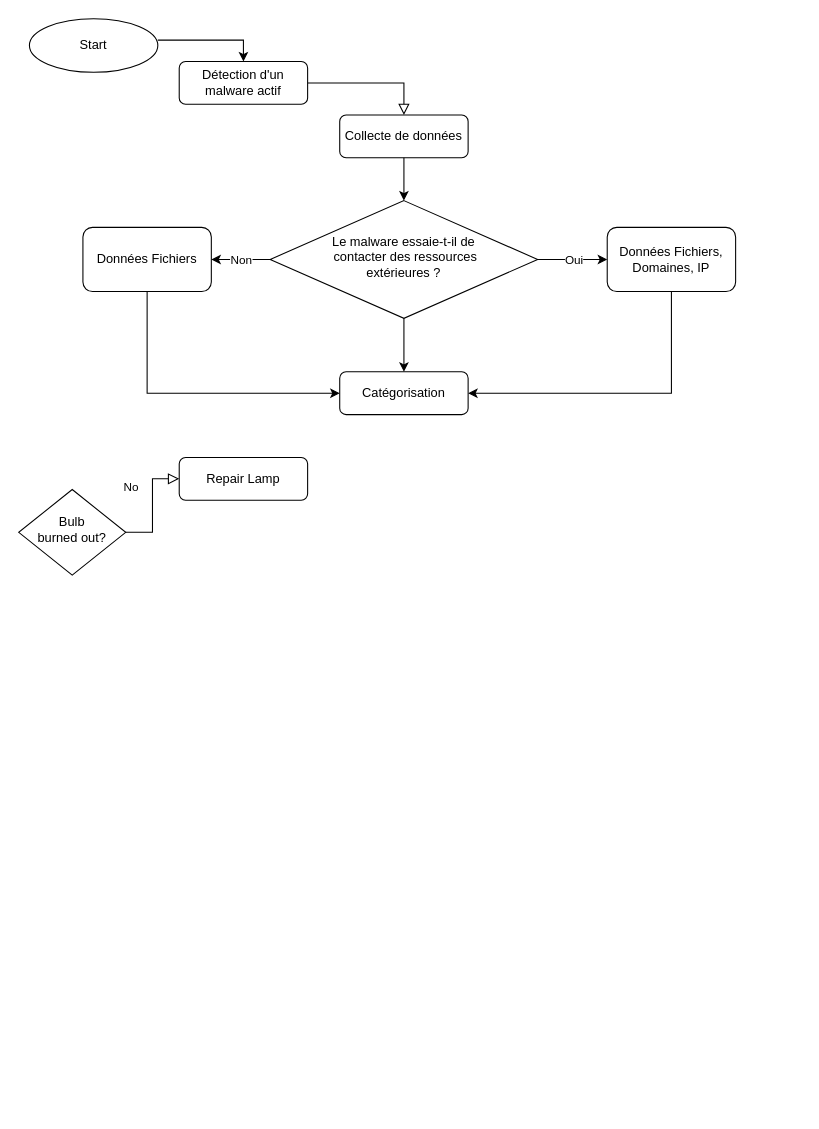
Above: Diagramme sans nom.drawio in Melfice60/Playbooks (draw.io), before the change. Source tidied: cells renumbered, new cells numbered last; positions are measured from the earlier drawing's top-left corner, leaving out a move shared by most shapes. Both pictures are drawn from the tidied source at 107%, with x=0, y=0 at pixel (18, 18).
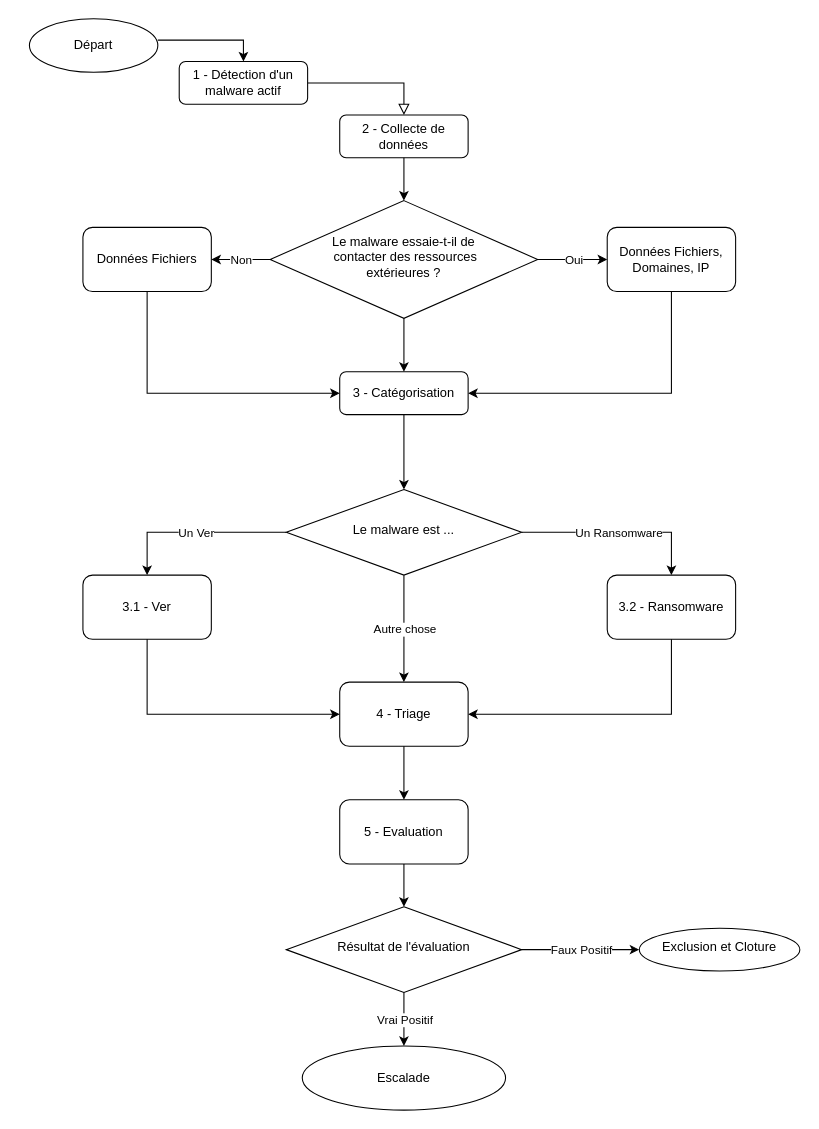
After the change.

Commit message:
Mettre à jour Diagramme sans nom.drawio

Change to the diagram source:
```diff
@@
-    <mxCell id="3" value="Détection d'un malware actif" style="rounded=1;whiteSpace=wrap;html=1;fontSize=12;glass=0;strokeWidth=1;shadow=0;" parent="1" vertex="1">
+    <mxCell id="3" value="1 - Détection d'un malware actif" style="rounded=1;whiteSpace=wrap;html=1;fontSize=12;glass=0;strokeWidth=1;shadow=0;" parent="1" vertex="1">
       <mxGeometry x="150" y="40" width="120" height="40" as="geometry" />
     </mxCell>
@@
-    <mxCell id="5" value="No" style="rounded=0;html=1;jettySize=auto;fontSize=11;endArrow=block;endFill=0;endSize=8;strokeWidth=1;shadow=0;labelBackgroundColor=none;edgeStyle=orthogonalEdgeStyle;" parent="1" edge="1" source="6" target="7">
-      <mxGeometry x="0.33" y="20" relative="1" as="geometry" />
-    </mxCell>
-    <mxCell id="6" value="Bulb&lt;br&gt;burned out?" style="rhombus;whiteSpace=wrap;html=1;shadow=0;fontFamily=Helvetica;fontSize=12;align=center;strokeWidth=1;spacing=6;spacingTop=-4;" parent="1" vertex="1">
-      <mxGeometry y="440" width="100" height="80" as="geometry" />
-    </mxCell>
-    <mxCell id="7" value="Repair Lamp" style="rounded=1;whiteSpace=wrap;html=1;fontSize=12;glass=0;strokeWidth=1;shadow=0;" parent="1" vertex="1">
-      <mxGeometry x="150" y="410" width="120" height="40" as="geometry" />
-    </mxCell>
-    <mxCell id="8" value="Start" style="ellipse;whiteSpace=wrap;html=1;" parent="1" vertex="1">
+    <mxCell id="8" value="Départ" style="ellipse;whiteSpace=wrap;html=1;" parent="1" vertex="1">
       <mxGeometry x="10" width="120" height="50" as="geometry" />
     </mxCell>
@@
-    <mxCell id="10" value="Collecte de données" style="rounded=1;whiteSpace=wrap;html=1;" parent="1" vertex="1">
+    <mxCell id="10" value="2 - Collecte de données" style="rounded=1;whiteSpace=wrap;html=1;" parent="1" vertex="1">
       <mxGeometry x="300" y="90" width="120" height="40" as="geometry" />
     </mxCell>
@@
-    <mxCell id="18" value="Catégorisation" style="rounded=1;whiteSpace=wrap;html=1;" parent="1" vertex="1">
+    <mxCell id="18" value="3 - Catégorisation" style="rounded=1;whiteSpace=wrap;html=1;" parent="1" vertex="1">
       <mxGeometry x="300" y="330" width="120" height="40" as="geometry" />
     </mxCell>
@@
+    <mxCell id="22" style="endArrow=classic;html=1;rounded=0;exitX=0.5;exitY=1;exitDx=0;exitDy=0;entryX=0.5;entryY=0;entryDx=0;entryDy=0;" parent="1" edge="1" source="18" target="23">
+      <mxGeometry relative="1" as="geometry" />
+    </mxCell>
+    <mxCell id="23" value="Le malware est ..." style="rhombus;whiteSpace=wrap;html=1;shadow=0;fontFamily=Helvetica;fontSize=12;align=center;strokeWidth=1;spacing=6;spacingTop=-4;" parent="1" vertex="1">
+      <mxGeometry x="250" y="440" width="220" height="80" as="geometry" />
+    </mxCell>
+    <mxCell id="24" style="endArrow=classic;html=1;rounded=0;exitX=1;exitY=0.5;exitDx=0;exitDy=0;" parent="1" edge="1" source="23">
+      <mxGeometry relative="1" as="geometry">
+        <mxPoint x="610" y="520" as="targetPoint" />
+        <Array as="points">
+          <mxPoint x="610" y="480" />
+        </Array>
+      </mxGeometry>
+    </mxCell>
+    <mxCell id="25" value="Un Ransomware" style="edgeLabel;html=1;align=center;verticalAlign=middle;" parent="24" vertex="1">
+      <mxGeometry relative="1" as="geometry" />
+    </mxCell>
+    <mxCell id="26" style="endArrow=classic;html=1;rounded=0;exitX=0;exitY=0.5;exitDx=0;exitDy=0;" parent="1" edge="1" source="23">
+      <mxGeometry relative="1" as="geometry">
+        <mxPoint x="120" y="520" as="targetPoint" />
+        <Array as="points">
+          <mxPoint x="120" y="480" />
+        </Array>
+      </mxGeometry>
+    </mxCell>
+    <mxCell id="27" value="Un Ver" style="edgeLabel;html=1;align=center;verticalAlign=middle;" parent="26" vertex="1">
+      <mxGeometry relative="1" as="geometry" />
+    </mxCell>
+    <mxCell id="28" style="endArrow=classic;html=1;rounded=0;exitX=0.5;exitY=1;exitDx=0;exitDy=0;" parent="1" edge="1" source="23">
+      <mxGeometry relative="1" as="geometry">
+        <mxPoint x="360" y="620" as="targetPoint" />
+      </mxGeometry>
+    </mxCell>
+    <mxCell id="29" value="Autre chose" style="edgeLabel;html=1;align=center;verticalAlign=middle;" parent="28" vertex="1">
+      <mxGeometry relative="1" as="geometry" />
+    </mxCell>
+    <mxCell id="30" value="3.2 - Ransomware" style="rounded=1;whiteSpace=wrap;html=1;" parent="1" vertex="1">
+      <mxGeometry x="550" y="520" width="120" height="60" as="geometry" />
+    </mxCell>
+    <mxCell id="31" value="3.1 - Ver" style="rounded=1;whiteSpace=wrap;html=1;" parent="1" vertex="1">
+      <mxGeometry x="60" y="520" width="120" height="60" as="geometry" />
+    </mxCell>
+    <mxCell id="32" value="4 - Triage" style="rounded=1;whiteSpace=wrap;html=1;" parent="1" vertex="1">
+      <mxGeometry x="300" y="620" width="120" height="60" as="geometry" />
+    </mxCell>
+    <mxCell id="33" style="endArrow=classic;html=1;rounded=0;entryX=1;entryY=0.5;entryDx=0;entryDy=0;exitX=0.5;exitY=1;exitDx=0;exitDy=0;" parent="1" edge="1" source="30" target="32">
+      <mxGeometry relative="1" as="geometry">
+        <Array as="points">
+          <mxPoint x="610" y="650" />
+        </Array>
+      </mxGeometry>
+    </mxCell>
+    <mxCell id="34" style="endArrow=classic;html=1;rounded=0;exitX=0.5;exitY=1;exitDx=0;exitDy=0;entryX=0;entryY=0.5;entryDx=0;entryDy=0;" parent="1" edge="1" source="31" target="32">
+      <mxGeometry relative="1" as="geometry">
+        <Array as="points">
+          <mxPoint x="120" y="650" />
+        </Array>
+      </mxGeometry>
+    </mxCell>
+    <mxCell id="35" value="5 - Evaluation" style="rounded=1;whiteSpace=wrap;html=1;" parent="1" vertex="1">
+      <mxGeometry x="300" y="730" width="120" height="60" as="geometry" />
+    </mxCell>
+    <mxCell id="36" style="endArrow=classic;html=1;rounded=0;exitX=0.5;exitY=1;exitDx=0;exitDy=0;entryX=0.5;entryY=0;entryDx=0;entryDy=0;" parent="1" edge="1" source="32" target="35">
+      <mxGeometry relative="1" as="geometry" />
+    </mxCell>
+    <mxCell id="37" value="Résultat de l'évaluation" style="rhombus;whiteSpace=wrap;html=1;shadow=0;fontFamily=Helvetica;fontSize=12;align=center;strokeWidth=1;spacing=6;spacingTop=-4;" parent="1" vertex="1">
+      <mxGeometry x="250" y="830" width="220" height="80" as="geometry" />
+    </mxCell>
+    <mxCell id="38" value="Exclusion et Cloture" style="ellipse;whiteSpace=wrap;html=1;shadow=0;strokeWidth=1;spacing=6;spacingTop=-4;" parent="1" vertex="1">
+      <mxGeometry x="580" y="850" width="150" height="40" as="geometry" />
+    </mxCell>
+    <mxCell id="39" style="endArrow=classic;html=1;rounded=0;exitX=1;exitY=0.5;exitDx=0;exitDy=0;entryX=0;entryY=0.5;entryDx=0;entryDy=0;" parent="1" edge="1" source="37" target="38">
+      <mxGeometry relative="1" as="geometry" />
+    </mxCell>
+    <mxCell id="40" value="Faux Positif" style="edgeLabel;html=1;align=center;verticalAlign=middle;" parent="39" vertex="1">
+      <mxGeometry relative="1" as="geometry" />
+    </mxCell>
+    <mxCell id="41" style="endArrow=classic;html=1;rounded=0;exitX=0.5;exitY=1;exitDx=0;exitDy=0;entryX=0.5;entryY=0;entryDx=0;entryDy=0;" parent="1" edge="1" source="35" target="37">
+      <mxGeometry relative="1" as="geometry" />
+    </mxCell>
+    <mxCell id="42" style="endArrow=classic;html=1;rounded=0;exitX=0.5;exitY=1;exitDx=0;exitDy=0;entryX=0.5;entryY=0;entryDx=0;entryDy=0;" parent="1" edge="1" source="37">
+      <mxGeometry relative="1" as="geometry">
+        <mxPoint x="360" y="960" as="targetPoint" />
+      </mxGeometry>
+    </mxCell>
+    <mxCell id="43" value="Vrai Positif" style="edgeLabel;html=1;align=center;verticalAlign=middle;" parent="42" vertex="1">
+      <mxGeometry relative="1" as="geometry" />
+    </mxCell>
+    <mxCell id="44" value="Escalade" style="ellipse;whiteSpace=wrap;html=1;" parent="1" vertex="1">
+      <mxGeometry x="265" y="960" width="190" height="60" as="geometry" />
+    </mxCell>
```
